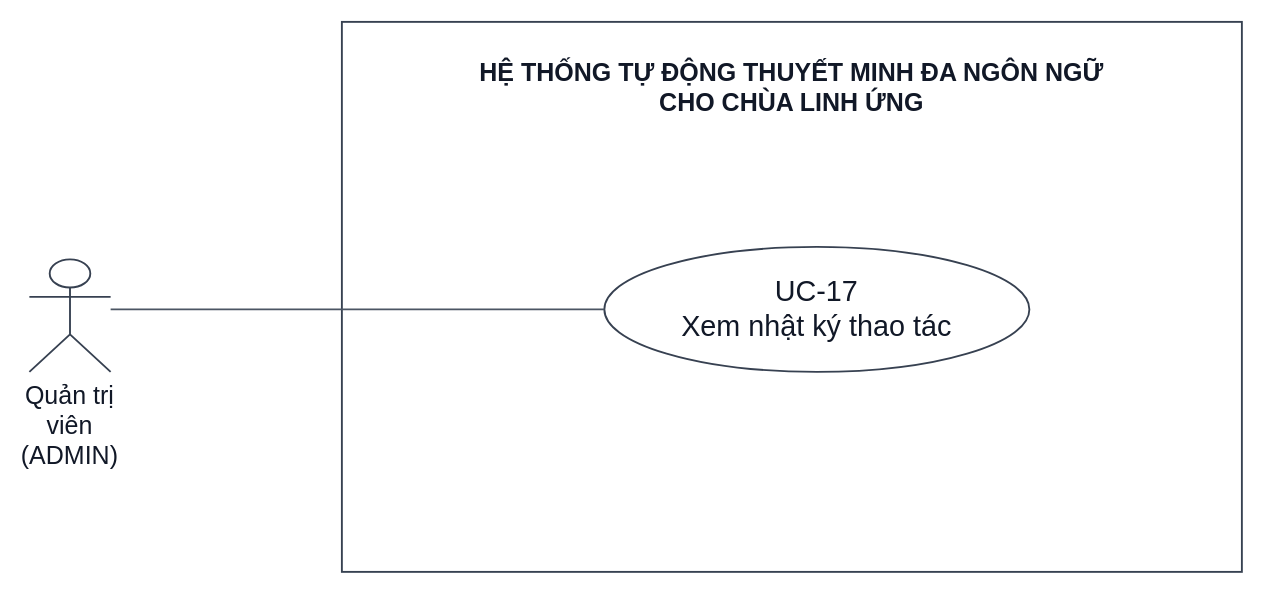
Above: docs/diagram/use case/UC-17_Use-Case.drawio in Kazuken123/prj_sgu26_cnpm (draw.io), before the change. Source tidied: cells renumbered, new cells numbered last; positions are measured from the earlier drawing's top-left corner, leaving out a move shared by most shapes. Both pictures are drawn from the tidied source at 125%, with x=0, y=0 at pixel (29, 21).
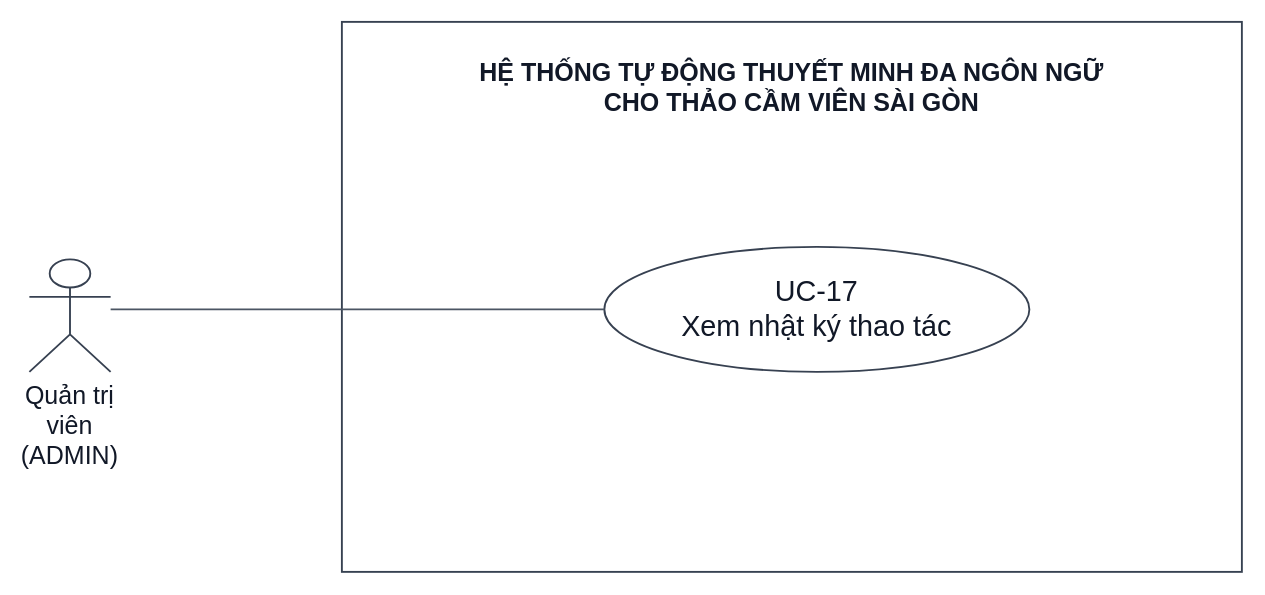
After the change.

The edit, as a diff of the source:
```diff
@@
 <mxGraphModel>
   <root>
     <mxCell id="0" />
     <mxCell id="1" parent="0" />
-    <mxCell id="2" value="HỆ THỐNG TỰ ĐỘNG THUYẾT MINH ĐA NGÔN NGỮ&lt;br&gt;CHO CHÙA LINH ỨNG" style="html=1;whiteSpace=wrap;fontFamily=Arial;fontSize=20;fontColor=#111827;strokeColor=#374151;fillColor=#FFFFFF;strokeWidth=1.5;rounded=0;verticalAlign=top;spacingTop=22;fontStyle=1;fillColor=none;" parent="1" vertex="1">
+    <mxCell id="2" value="HỆ THỐNG TỰ ĐỘNG THUYẾT MINH ĐA NGÔN NGỮ&lt;br&gt;CHO THẢO CẦM VIÊN SÀI GÒN" style="html=1;whiteSpace=wrap;fontFamily=Arial;fontSize=20;fontColor=#111827;strokeColor=#374151;fillColor=#FFFFFF;strokeWidth=1.5;rounded=0;verticalAlign=top;spacingTop=22;fontStyle=1;fillColor=none;" parent="1" vertex="1">
       <mxGeometry x="250" width="720" height="440" as="geometry" />
     </mxCell>
     <mxCell id="3" value="Quản trị viên&lt;br&gt;(ADMIN)" style="html=1;whiteSpace=wrap;fontFamily=Arial;fontSize=20;fontColor=#111827;strokeColor=#374151;fillColor=#FFFFFF;strokeWidth=1.5;shape=umlActor;verticalLabelPosition=bottom;verticalAlign=top;" parent="1" vertex="1">
       <mxGeometry y="190" width="65" height="90" as="geometry" />
     </mxCell>
     <mxCell id="4" value="UC-17&lt;br&gt;Xem nhật ký thao tác" style="html=1;whiteSpace=wrap;fontFamily=Arial;fontSize=23;fontColor=#111827;strokeColor=#374151;fillColor=#FFFFFF;strokeWidth=1.5;ellipse;" parent="1" vertex="1">
       <mxGeometry x="460" y="180" width="340" height="100" as="geometry" />
     </mxCell>
     <mxCell id="5" style="html=1;rounded=0;endArrow=none;endFill=1;strokeColor=#4B5563;strokeWidth=1.5;fontFamily=Arial;fontSize=17;exitX=1.0;exitY=0.4444444444444444;exitPerimeter=0;entryX=0.0;entryY=0.5;entryPerimeter=0;" parent="1" edge="1" source="3" target="4">
       <mxGeometry relative="1" as="geometry" />
     </mxCell>
   </root>
 </mxGraphModel>
```
